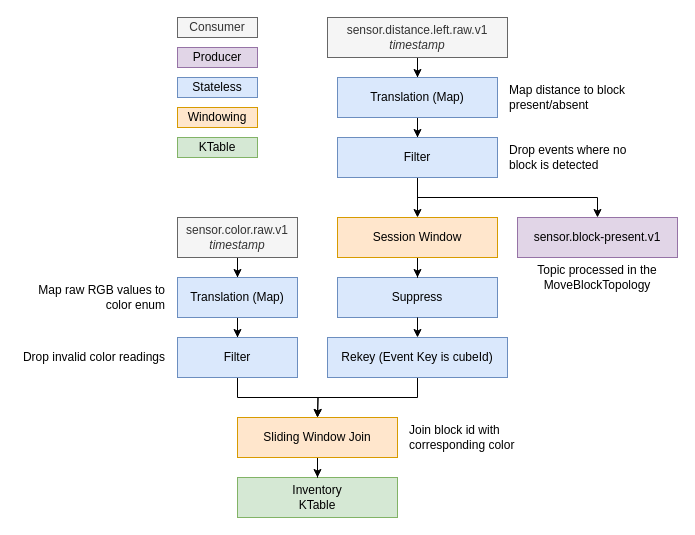
Above: page "BlockColorTopology" (1 of 6) of doc/images/graphs/kafka-streaming-topology.drawio in ielpo/edpo-project-group1 (draw.io), before the change. Source tidied: cells renumbered, new cells numbered last; positions are measured from the earlier drawing's top-left corner, leaving out a move shared by most shapes. Both pictures are drawn from the tidied source at 100%, with x=0, y=0 at pixel (17, 17).
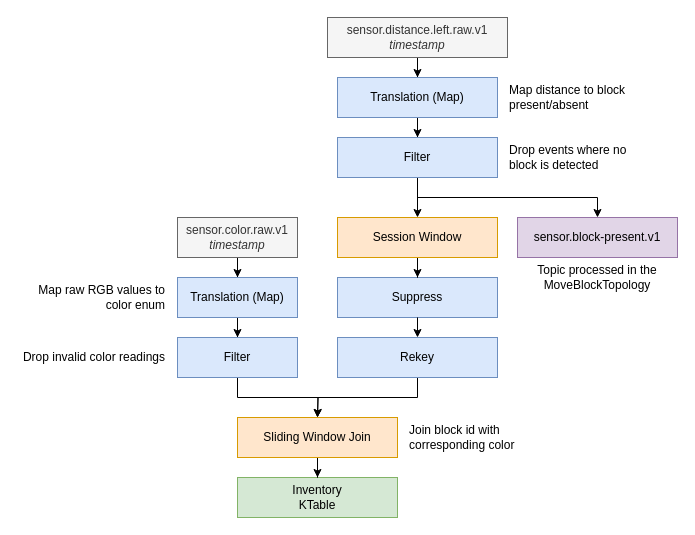
Above is the later version.

Change to the diagram source:
```diff
@@
-    <mxCell id="22" value="Rekey (Event Key is cubeId)" style="whiteSpace=wrap;html=1;fillColor=#dae8fc;strokeColor=#6c8ebf;" parent="1" vertex="1">
-      <mxGeometry x="310" y="320" width="180" height="40" as="geometry" />
+    <mxCell id="22" value="Rekey" style="whiteSpace=wrap;html=1;fillColor=#dae8fc;strokeColor=#6c8ebf;" parent="1" vertex="1">
+      <mxGeometry x="320" y="320" width="160" height="40" as="geometry" />
     </mxCell>
@@
-    <mxCell id="31" value="&lt;div&gt;&lt;span style=&quot;background-color: transparent; color: light-dark(rgb(0, 0, 0), rgb(255, 255, 255));&quot;&gt;KTable&lt;/span&gt;&lt;/div&gt;" style="whiteSpace=wrap;html=1;fillColor=#d5e8d4;strokeColor=#82b366;" parent="1" vertex="1">
-      <mxGeometry x="160" y="120" width="80" height="20" as="geometry" />
-    </mxCell>
-    <mxCell id="32" value="Consumer" style="whiteSpace=wrap;html=1;fillColor=#f5f5f5;fontColor=#333333;strokeColor=#666666;" parent="1" vertex="1">
-      <mxGeometry x="160" width="80" height="20" as="geometry" />
-    </mxCell>
-    <mxCell id="33" value="Producer" style="whiteSpace=wrap;html=1;fillColor=#e1d5e7;strokeColor=#9673a6;" parent="1" vertex="1">
-      <mxGeometry x="160" y="30" width="80" height="20" as="geometry" />
-    </mxCell>
-    <mxCell id="34" value="Stateless" style="whiteSpace=wrap;html=1;fillColor=#dae8fc;strokeColor=#6c8ebf;" parent="1" vertex="1">
-      <mxGeometry x="160" y="60" width="80" height="20" as="geometry" />
-    </mxCell>
-    <mxCell id="35" value="Windowing" style="whiteSpace=wrap;html=1;fillColor=#ffe6cc;strokeColor=#d79b00;" parent="1" vertex="1">
-      <mxGeometry x="160" y="90" width="80" height="20" as="geometry" />
-    </mxCell>
```
